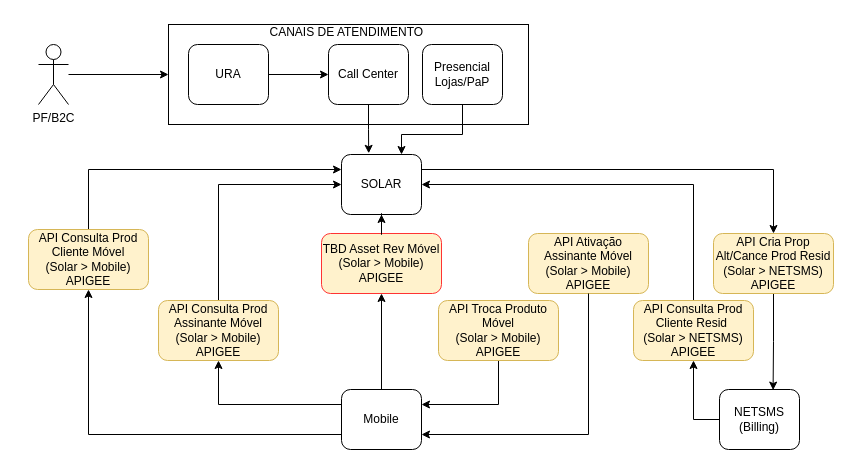
The draw.io diagram page "Venda Base PF" (2 of 3) of 100574 - Nova forma de comercializar produto (Preço Anual).drawio in samirali/ClaroBrasil, before the edit. Source tidied: cells renumbered, new cells numbered last; positions are measured from the earlier drawing's top-left corner, leaving out a move shared by most shapes. Both pictures are drawn from the tidied source at 100%, with x=0, y=0 at pixel (28, 17).
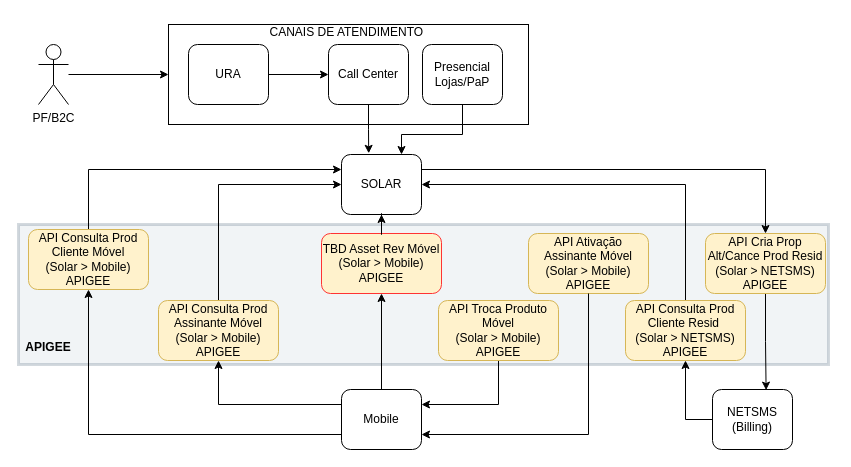
Above is the later version.

The edit, as a diff of the source:
```diff
@@
+    <mxCell id="34" style="rounded=0;whiteSpace=wrap;html=1;fillColor=#bac8d3;strokeColor=#23445d;shadow=0;glass=0;opacity=20;strokeWidth=3;" parent="1" vertex="1">
+      <mxGeometry x="-10" y="207" width="810" height="140" as="geometry" />
+    </mxCell>
@@
     <mxCell id="17" value="NETSMS (Billing)" style="rounded=1;whiteSpace=wrap;html=1;" parent="1" vertex="1">
-      <mxGeometry x="691" y="372" width="80" height="60" as="geometry" />
+      <mxGeometry x="684" y="372" width="80" height="60" as="geometry" />
     </mxCell>
@@
     <mxCell id="22" value="API Cria Prop Alt/Cance Prod Resid&lt;div&gt;(Solar &amp;gt; NETSMS)&lt;/div&gt;&lt;div&gt;APIGEE&lt;/div&gt;" style="rounded=1;whiteSpace=wrap;html=1;fillColor=#fff2cc;strokeColor=#d6b656;" parent="1" vertex="1">
-      <mxGeometry x="685" y="216" width="120" height="60" as="geometry" />
+      <mxGeometry x="677" y="216" width="120" height="60" as="geometry" />
     </mxCell>
@@
     <mxCell id="24" value="API Consulta Prod Cliente Resid&amp;nbsp;&lt;div&gt;(Solar &amp;gt; NETSMS)&lt;/div&gt;&lt;div&gt;APIGEE&lt;/div&gt;" style="rounded=1;whiteSpace=wrap;html=1;fillColor=#fff2cc;strokeColor=#d6b656;" parent="1" vertex="1">
-      <mxGeometry x="605" y="283" width="120" height="60" as="geometry" />
+      <mxGeometry x="597" y="283" width="120" height="60" as="geometry" />
     </mxCell>
@@
+    <mxCell id="35" value="&lt;b&gt;APIGEE&lt;/b&gt;" style="text;html=1;align=center;verticalAlign=middle;whiteSpace=wrap;rounded=0;" parent="1" vertex="1">
+      <mxGeometry x="-10" y="312" width="60" height="35" as="geometry" />
+    </mxCell>
```
